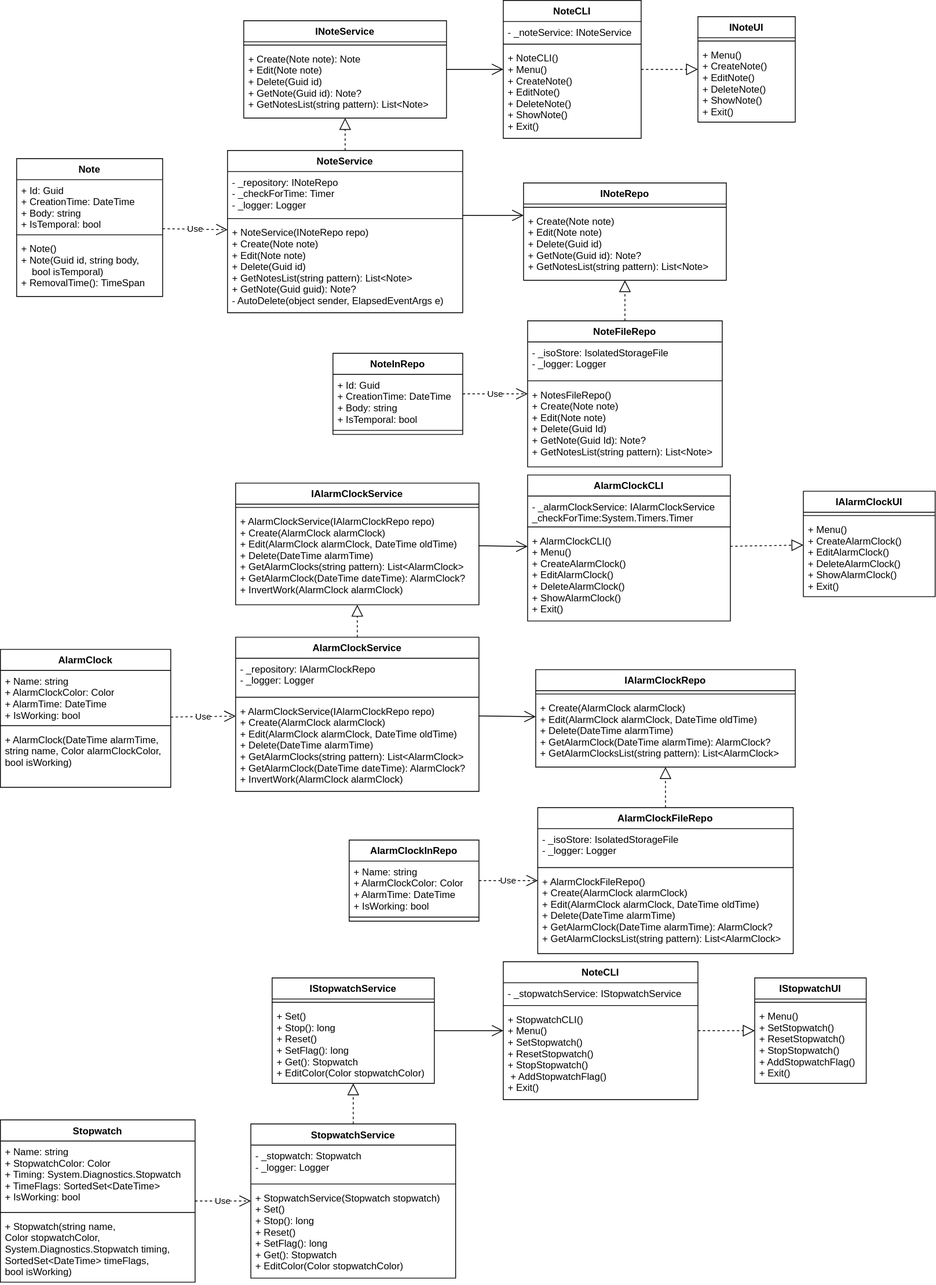
The draw.io diagram Изображения/Лаба-UML данных и логики.svg in izen57/PPO, before a commit. Source tidied: cells renumbered, new cells last; positions are measured from the earlier drawing's top-left corner, leaving out a move shared by most shapes.
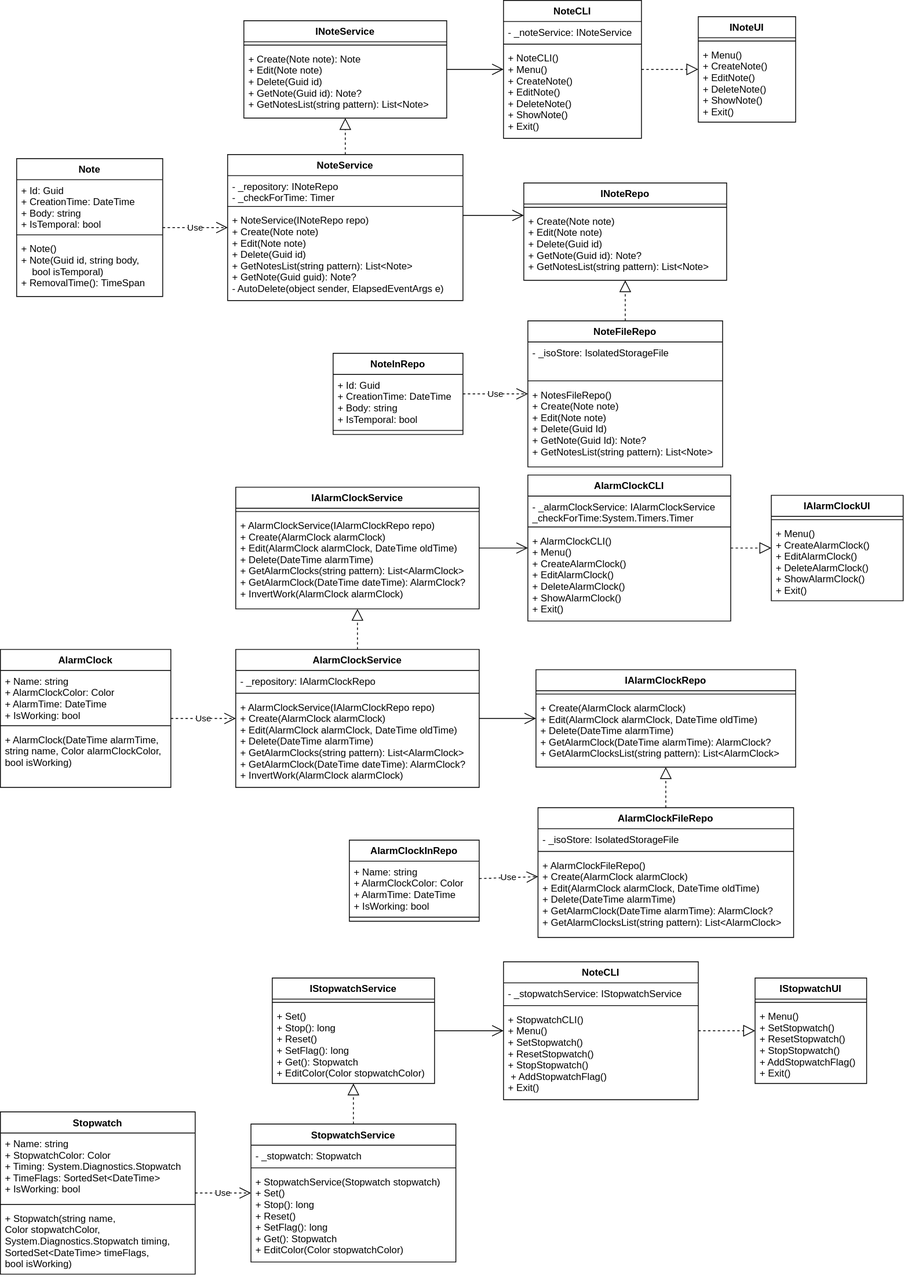
Above is the later version.

The edit, as a diff of the source:
```diff
@@ -33,16 +33,16 @@
       <mxGeometry y="98" width="180" height="72" as="geometry" />
     </mxCell>
     <mxCell id="12" value="NoteService" style="swimlane;fontStyle=1;align=center;verticalAlign=top;horizontal=1;startSize=26;" parent="1" vertex="1">
-      <mxGeometry x="280" y="185" width="290" height="200" as="geometry" />
+      <mxGeometry x="280" y="190" width="290" height="180" as="geometry" />
     </mxCell>
-    <mxCell id="13" value="- _repository: INoteRepo &#10;- _checkForTime: Timer&#10;- _logger: Logger&#10;" style="text;strokeColor=none;fillColor=none;align=left;verticalAlign=top;spacingLeft=4;spacingRight=4;overflow=hidden;" parent="12" vertex="1">
-      <mxGeometry y="26" width="290" height="54" as="geometry" />
+    <mxCell id="13" value="- _repository: INoteRepo &#10;- _checkForTime: Timer&#10;" style="text;strokeColor=none;fillColor=none;align=left;verticalAlign=top;spacingLeft=4;spacingRight=4;overflow=hidden;" parent="12" vertex="1">
+      <mxGeometry y="26" width="290" height="34" as="geometry" />
     </mxCell>
     <mxCell id="14" style="line;strokeWidth=1;fillColor=none;align=left;verticalAlign=middle;spacingTop=-1;spacingLeft=3;spacingRight=3;labelPosition=right;strokeColor=inherit;" parent="12" vertex="1">
-      <mxGeometry y="80" width="290" height="8" as="geometry" />
+      <mxGeometry y="60" width="290" height="8" as="geometry" />
     </mxCell>
     <mxCell id="15" value="+ NoteService(INoteRepo repo)&#10;+ Create(Note note)&#10;+ Edit(Note note)&#10;+ Delete(Guid id)&#10;+ GetNotesList(string pattern): List&lt;Note&gt;&#10;+ GetNote(Guid guid): Note?&#10;- AutoDelete(object sender, ElapsedEventArgs e)&#10;" style="text;strokeColor=none;fillColor=none;align=left;verticalAlign=top;spacingLeft=4;spacingRight=4;overflow=hidden;" parent="12" vertex="1">
-      <mxGeometry y="88" width="290" height="112" as="geometry" />
+      <mxGeometry y="68" width="290" height="112" as="geometry" />
     </mxCell>
     <mxCell id="16" value="INoteService" style="swimlane;fontStyle=1;align=center;verticalAlign=top;horizontal=1;startSize=26;" parent="1" vertex="1">
       <mxGeometry x="300" y="25" width="250" height="120" as="geometry" />
@@ -65,7 +65,7 @@
     <mxCell id="22" value="NoteFileRepo" style="swimlane;fontStyle=1;align=center;verticalAlign=top;horizontal=1;startSize=26;" parent="1" vertex="1">
       <mxGeometry x="650" y="395" width="240" height="180" as="geometry" />
     </mxCell>
-    <mxCell id="23" value="- _isoStore: IsolatedStorageFile&#10;- _logger: Logger&#10;" style="text;strokeColor=none;fillColor=none;align=left;verticalAlign=top;spacingLeft=4;spacingRight=4;overflow=hidden;" parent="22" vertex="1">
+    <mxCell id="23" value="- _isoStore: IsolatedStorageFile&#10;" style="text;strokeColor=none;fillColor=none;align=left;verticalAlign=top;spacingLeft=4;spacingRight=4;overflow=hidden;" parent="22" vertex="1">
       <mxGeometry y="26" width="240" height="44" as="geometry" />
     </mxCell>
     <mxCell id="24" style="line;strokeWidth=1;fillColor=none;align=left;verticalAlign=middle;spacingTop=-1;spacingLeft=3;spacingRight=3;labelPosition=right;strokeColor=inherit;" parent="22" vertex="1">
@@ -87,19 +87,19 @@
       <mxGeometry y="98" width="210" height="72" as="geometry" />
     </mxCell>
     <mxCell id="30" value="AlarmClockService" style="swimlane;fontStyle=1;align=center;verticalAlign=top;horizontal=1;startSize=26;" parent="1" vertex="1">
-      <mxGeometry x="290" y="785" width="300" height="190" as="geometry" />
+      <mxGeometry x="290" y="800" width="300" height="170" as="geometry" />
     </mxCell>
-    <mxCell id="31" value="- _repository: IAlarmClockRepo&#10;- _logger: Logger" style="text;strokeColor=none;fillColor=none;align=left;verticalAlign=top;spacingLeft=4;spacingRight=4;overflow=hidden;" parent="30" vertex="1">
-      <mxGeometry y="26" width="300" height="44" as="geometry" />
+    <mxCell id="31" value="- _repository: IAlarmClockRepo" style="text;strokeColor=none;fillColor=none;align=left;verticalAlign=top;spacingLeft=4;spacingRight=4;overflow=hidden;" parent="30" vertex="1">
+      <mxGeometry y="26" width="300" height="24" as="geometry" />
     </mxCell>
     <mxCell id="32" style="line;strokeWidth=1;fillColor=none;align=left;verticalAlign=middle;spacingTop=-1;spacingLeft=3;spacingRight=3;labelPosition=right;strokeColor=inherit;" parent="30" vertex="1">
-      <mxGeometry y="70" width="300" height="8" as="geometry" />
+      <mxGeometry y="50" width="300" height="8" as="geometry" />
     </mxCell>
     <mxCell id="33" value="+ AlarmClockService(IAlarmClockRepo repo)&#10;+ Create(AlarmClock alarmClock)&#10;+ Edit(AlarmClock alarmClock, DateTime oldTime)&#10;+ Delete(DateTime alarmTime)&#10;+ GetAlarmClocks(string pattern): List&lt;AlarmClock&gt;&#10;+ GetAlarmClock(DateTime dateTime): AlarmClock?&#10;+ InvertWork(AlarmClock alarmClock)" style="text;strokeColor=none;fillColor=none;align=left;verticalAlign=top;spacingLeft=4;spacingRight=4;overflow=hidden;" parent="30" vertex="1">
-      <mxGeometry y="78" width="300" height="112" as="geometry" />
+      <mxGeometry y="58" width="300" height="112" as="geometry" />
     </mxCell>
     <mxCell id="34" value="IAlarmClockService" style="swimlane;fontStyle=1;align=center;verticalAlign=top;horizontal=1;startSize=26;" parent="1" vertex="1">
-      <mxGeometry x="290" y="595" width="300" height="150" as="geometry" />
+      <mxGeometry x="290" y="600" width="300" height="150" as="geometry" />
     </mxCell>
     <mxCell id="35" style="line;strokeWidth=1;fillColor=none;align=left;verticalAlign=middle;spacingTop=-1;spacingLeft=3;spacingRight=3;labelPosition=right;strokeColor=inherit;" parent="34" vertex="1">
       <mxGeometry y="26" width="300" height="8" as="geometry" />
@@ -117,28 +117,28 @@
       <mxGeometry y="34" width="320" height="86" as="geometry" />
     </mxCell>
     <mxCell id="40" value="AlarmClockFileRepo" style="swimlane;fontStyle=1;align=center;verticalAlign=top;horizontal=1;startSize=26;" parent="1" vertex="1">
-      <mxGeometry x="662.5" y="995" width="315" height="180" as="geometry" />
+      <mxGeometry x="662.5" y="995" width="315" height="160" as="geometry" />
     </mxCell>
-    <mxCell id="41" value="- _isoStore: IsolatedStorageFile&#10;- _logger: Logger&#10;" style="text;strokeColor=none;fillColor=none;align=left;verticalAlign=top;spacingLeft=4;spacingRight=4;overflow=hidden;" parent="40" vertex="1">
-      <mxGeometry y="26" width="315" height="44" as="geometry" />
+    <mxCell id="41" value="- _isoStore: IsolatedStorageFile&#10;" style="text;strokeColor=none;fillColor=none;align=left;verticalAlign=top;spacingLeft=4;spacingRight=4;overflow=hidden;" parent="40" vertex="1">
+      <mxGeometry y="26" width="315" height="24" as="geometry" />
     </mxCell>
     <mxCell id="42" style="line;strokeWidth=1;fillColor=none;align=left;verticalAlign=middle;spacingTop=-1;spacingLeft=3;spacingRight=3;labelPosition=right;strokeColor=inherit;" parent="40" vertex="1">
-      <mxGeometry y="70" width="315" height="8" as="geometry" />
+      <mxGeometry y="50" width="315" height="8" as="geometry" />
     </mxCell>
     <mxCell id="43" value="+ AlarmClockFileRepo()&#10;+ Create(AlarmClock alarmClock)&#10;+ Edit(AlarmClock alarmClock, DateTime oldTime)&#10;+ Delete(DateTime alarmTime)&#10;+ GetAlarmClock(DateTime alarmTime): AlarmClock?&#10;+ GetAlarmClocksList(string pattern): List&lt;AlarmClock&gt;&#10;" style="text;strokeColor=none;fillColor=none;align=left;verticalAlign=top;spacingLeft=4;spacingRight=4;overflow=hidden;" parent="40" vertex="1">
-      <mxGeometry y="78" width="315" height="102" as="geometry" />
+      <mxGeometry y="58" width="315" height="102" as="geometry" />
     </mxCell>
     <mxCell id="44" value="StopwatchService" style="swimlane;fontStyle=1;align=center;verticalAlign=top;horizontal=1;startSize=26;" parent="1" vertex="1">
-      <mxGeometry x="308.8" y="1385" width="252.5" height="190" as="geometry" />
+      <mxGeometry x="308.8" y="1385" width="252.5" height="170" as="geometry" />
     </mxCell>
-    <mxCell id="45" value="- _stopwatch: Stopwatch &#10;- _logger: Logger&#10;" style="text;strokeColor=none;fillColor=none;align=left;verticalAlign=top;spacingLeft=4;spacingRight=4;overflow=hidden;" parent="44" vertex="1">
-      <mxGeometry y="26" width="252.5" height="44" as="geometry" />
+    <mxCell id="45" value="- _stopwatch: Stopwatch &#10;" style="text;strokeColor=none;fillColor=none;align=left;verticalAlign=top;spacingLeft=4;spacingRight=4;overflow=hidden;" parent="44" vertex="1">
+      <mxGeometry y="26" width="252.5" height="24" as="geometry" />
     </mxCell>
     <mxCell id="46" style="line;strokeWidth=1;fillColor=none;align=left;verticalAlign=middle;spacingTop=-1;spacingLeft=3;spacingRight=3;labelPosition=right;strokeColor=inherit;" parent="44" vertex="1">
-      <mxGeometry y="70" width="252.5" height="8" as="geometry" />
+      <mxGeometry y="50" width="252.5" height="8" as="geometry" />
     </mxCell>
     <mxCell id="47" value="+ StopwatchService(Stopwatch stopwatch)&#10;+ Set()&#10;+ Stop(): long&#10;+ Reset()&#10;+ SetFlag(): long&#10;+ Get(): Stopwatch&#10;+ EditColor(Color stopwatchColor)&#10;" style="text;strokeColor=none;fillColor=none;align=left;verticalAlign=top;spacingLeft=4;spacingRight=4;overflow=hidden;" parent="44" vertex="1">
-      <mxGeometry y="78" width="252.5" height="112" as="geometry" />
+      <mxGeometry y="58" width="252.5" height="112" as="geometry" />
     </mxCell>
     <mxCell id="48" value="IStopwatchService" style="swimlane;fontStyle=1;align=center;verticalAlign=top;horizontal=1;startSize=26;" parent="1" vertex="1">
       <mxGeometry x="335" y="1205" width="200" height="130" as="geometry" />
@@ -150,7 +150,7 @@
       <mxGeometry y="34" width="200" height="96" as="geometry" />
     </mxCell>
     <mxCell id="51" value="Stopwatch" style="swimlane;fontStyle=1;align=center;verticalAlign=top;horizontal=1;startSize=26;" parent="1" vertex="1">
-      <mxGeometry y="1380" width="240" height="200" as="geometry" />
+      <mxGeometry y="1370" width="240" height="200" as="geometry" />
     </mxCell>
     <mxCell id="52" value="+ Name: string&#10;+ StopwatchColor: Color&#10;+ Timing: System.Diagnostics.Stopwatch&#10;+ TimeFlags: SortedSet&lt;DateTime&gt;&#10;+ IsWorking: bool&#10;&#10;&#10;" style="text;strokeColor=none;fillColor=none;align=left;verticalAlign=top;spacingLeft=4;spacingRight=4;overflow=hidden;" parent="51" vertex="1">
       <mxGeometry y="26" width="240" height="84" as="geometry" />
@@ -202,7 +202,7 @@
       <mxGeometry relative="1" as="geometry" />
     </mxCell>
     <mxCell id="67" value="IAlarmClockUI" style="swimlane;fontStyle=1;align=center;verticalAlign=top;horizontal=1;startSize=26;" parent="1" vertex="1">
-      <mxGeometry x="990" y="605" width="162.5" height="130" as="geometry" />
+      <mxGeometry x="950" y="610" width="162.5" height="130" as="geometry" />
     </mxCell>
     <mxCell id="68" style="line;strokeWidth=1;fillColor=none;align=left;verticalAlign=middle;spacingTop=-1;spacingLeft=3;spacingRight=3;labelPosition=right;strokeColor=inherit;" parent="67" vertex="1">
       <mxGeometry y="26" width="162.5" height="8" as="geometry" />
```
